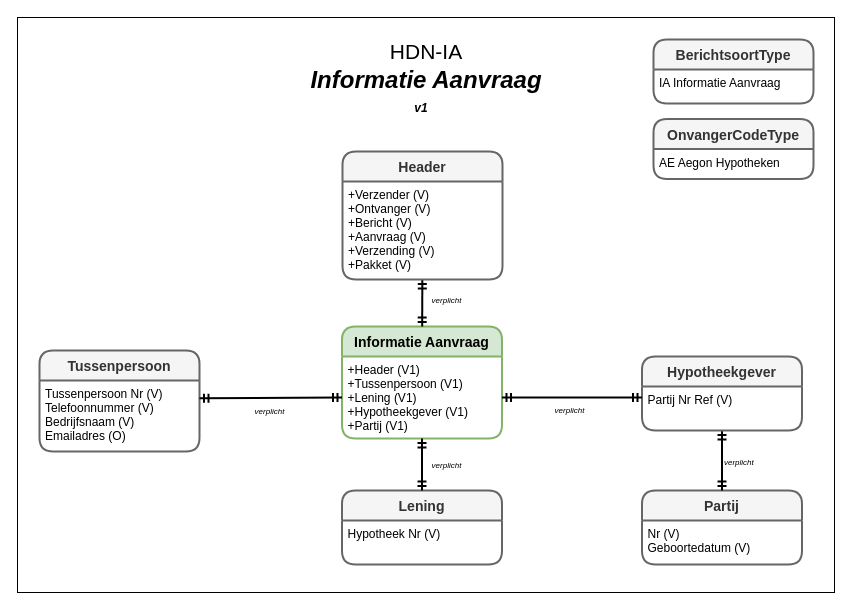
This is page "IA-bericht" (7 of 20) of 3rdPartyDatasharing-HDN-IA-IX.drawio from luchthandel/diagrams, a draw.io file, before an edit. Source tidied: cells renumbered, new cells numbered last; positions are measured from the earlier drawing's top-left corner, leaving out a move shared by most shapes. Both pictures are drawn from the tidied source at 100%, with x=0, y=0 at pixel (17, 17).
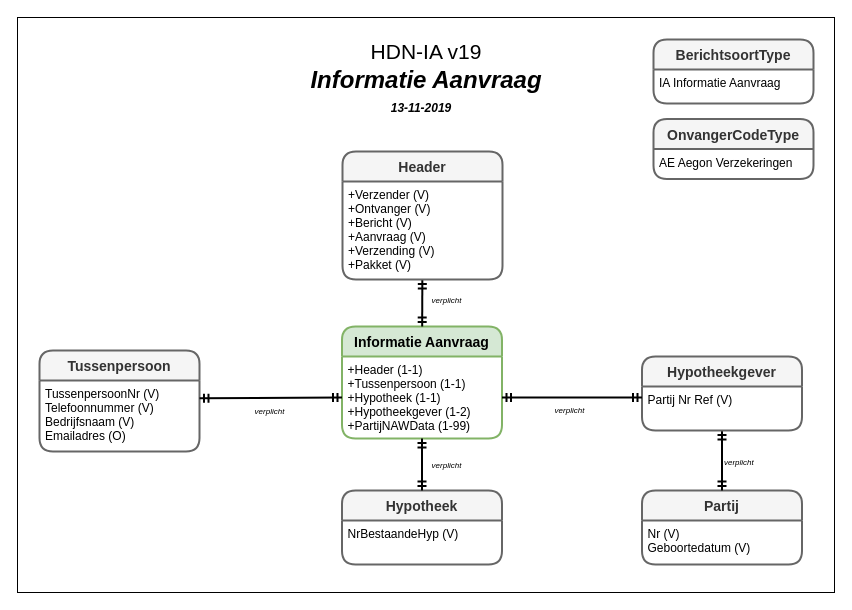
The same page after the edit.

The change refers to these unchanged cells:
```xml
<mxCell id="6" value="Tussenpersoon" style="swimlane;horizontal=1;startSize=30;fillColor=#f5f5f5;fontColor=#333333;rounded=1;fontSize=14;fontStyle=1;strokeWidth=2;shadow=0;dashed=0;align=center;strokeColor=#666666;" parent="1" vertex="1">
  <mxGeometry x="22" y="333" width="160" height="101" as="geometry" />
</mxCell>
<mxCell id="12" value="Informatie Aanvraag" style="swimlane;horizontal=1;startSize=30;fillColor=#d5e8d4;rounded=1;fontSize=14;fontStyle=1;strokeWidth=2;shadow=0;dashed=0;align=center;strokeColor=#82b366;" parent="1" vertex="1">
  <mxGeometry x="324.5" y="309" width="160" height="112" as="geometry" />
</mxCell>
<mxCell id="25" style="group;" parent="1" vertex="1">
  <mxGeometry x="259.5" y="21.5" width="298" height="78.5" as="geometry" />
</mxCell>
<mxCell id="30" value="OnvangerCodeType" style="swimlane;horizontal=1;startSize=30;fillColor=#f5f5f5;rounded=1;fontSize=14;fontStyle=1;strokeWidth=2;shadow=0;dashed=0;align=center;strokeColor=#666666;fontColor=#333333;" parent="1" vertex="1">
  <mxGeometry x="636" y="101.5" width="160" height="60" as="geometry" />
</mxCell>
```

Change to the diagram source:
```diff
@@
-    <mxCell id="7" value="Tussenpersoon Nr (V)&#10;Telefoonnummer (V)&#10;Bedrijfsnaam (V)&#10;Emailadres (O)" style="align=left;strokeColor=none;fillColor=none;spacingLeft=4;fontSize=12;verticalAlign=top;" parent="6" vertex="1">
+    <mxCell id="7" value="TussenpersoonNr (V)&#10;Telefoonnummer (V)&#10;Bedrijfsnaam (V)&#10;Emailadres (O)" style="align=left;strokeColor=none;fillColor=none;spacingLeft=4;fontSize=12;verticalAlign=top;" parent="6" vertex="1">
       <mxGeometry y="30" width="160" height="71" as="geometry" />
     </mxCell>
-    <mxCell id="8" value="Lening" style="swimlane;horizontal=1;startSize=30;fillColor=#f5f5f5;rounded=1;fontSize=14;fontStyle=1;strokeWidth=2;shadow=0;dashed=0;align=center;strokeColor=#666666;fontColor=#333333;" parent="1" vertex="1">
+    <mxCell id="8" value="Hypotheek" style="swimlane;horizontal=1;startSize=30;fillColor=#f5f5f5;rounded=1;fontSize=14;fontStyle=1;strokeWidth=2;shadow=0;dashed=0;align=center;strokeColor=#666666;fontColor=#333333;" parent="1" vertex="1">
       <mxGeometry x="324.5" y="473" width="160" height="74" as="geometry" />
     </mxCell>
-    <mxCell id="9" value="Hypotheek Nr (V)" style="align=left;strokeColor=none;fillColor=none;spacingLeft=4;fontSize=12;verticalAlign=top;" parent="8" vertex="1">
+    <mxCell id="9" value="NrBestaandeHyp (V)" style="align=left;strokeColor=none;fillColor=none;spacingLeft=4;fontSize=12;verticalAlign=top;" parent="8" vertex="1">
       <mxGeometry y="30" width="160" height="44" as="geometry" />
     </mxCell>
@@
-    <mxCell id="13" value="+Header (V1)&#10;+Tussenpersoon (V1)&#10;+Lening (V1)&#10;+Hypotheekgever (V1)&#10;+Partij (V1)" style="align=left;strokeColor=none;fillColor=none;spacingLeft=4;fontSize=12;verticalAlign=top;" parent="12" vertex="1">
+    <mxCell id="13" value="+Header (1-1)&#10;+Tussenpersoon (1-1)&#10;+Hypotheek (1-1)&#10;+Hypotheekgever (1-2)&#10;+PartijNAWData (1-99)" style="align=left;strokeColor=none;fillColor=none;spacingLeft=4;fontSize=12;verticalAlign=top;" parent="12" vertex="1">
       <mxGeometry y="30" width="160" height="82" as="geometry" />
     </mxCell>
@@
-    <mxCell id="26" value="&lt;font style=&quot;font-size: 21px&quot;&gt;HDN-IA&lt;/font&gt;&lt;b style=&quot;font-size: 24px ; font-style: italic&quot;&gt;&lt;br&gt;Informatie Aanvraag&lt;/b&gt;" style="text;html=1;strokeColor=none;fillColor=none;align=center;verticalAlign=middle;whiteSpace=wrap;rounded=0;" parent="25" vertex="1">
+    <mxCell id="26" value="&lt;font style=&quot;font-size: 21px&quot;&gt;HDN-IA v19&lt;/font&gt;&lt;b style=&quot;font-size: 24px ; font-style: italic&quot;&gt;&lt;br&gt;Informatie Aanvraag&lt;/b&gt;" style="text;html=1;strokeColor=none;fillColor=none;align=center;verticalAlign=middle;whiteSpace=wrap;rounded=0;" parent="25" vertex="1">
       <mxGeometry width="298" height="52" as="geometry" />
     </mxCell>
-    <mxCell id="27" value="&lt;font&gt;&lt;b&gt;&lt;i&gt;v1&lt;/i&gt;&lt;/b&gt;&lt;br&gt;&lt;/font&gt;" style="text;html=1;strokeColor=none;fillColor=none;align=center;verticalAlign=middle;whiteSpace=wrap;rounded=0;" parent="25" vertex="1">
+    <mxCell id="27" value="&lt;font&gt;&lt;b&gt;&lt;i&gt;13-11-2019&lt;/i&gt;&lt;/b&gt;&lt;br&gt;&lt;/font&gt;" style="text;html=1;strokeColor=none;fillColor=none;align=center;verticalAlign=middle;whiteSpace=wrap;rounded=0;" parent="25" vertex="1">
       <mxGeometry x="74" y="59.5" width="140" height="19" as="geometry" />
     </mxCell>
@@
-    <mxCell id="31" value="AE Aegon Hypotheken" style="align=left;strokeColor=none;fillColor=none;spacingLeft=4;fontSize=12;verticalAlign=top;" parent="30" vertex="1">
+    <mxCell id="31" value="AE Aegon Verzekeringen" style="align=left;strokeColor=none;fillColor=none;spacingLeft=4;fontSize=12;verticalAlign=top;" parent="30" vertex="1">
       <mxGeometry y="30" width="160" height="30" as="geometry" />
     </mxCell>
```
